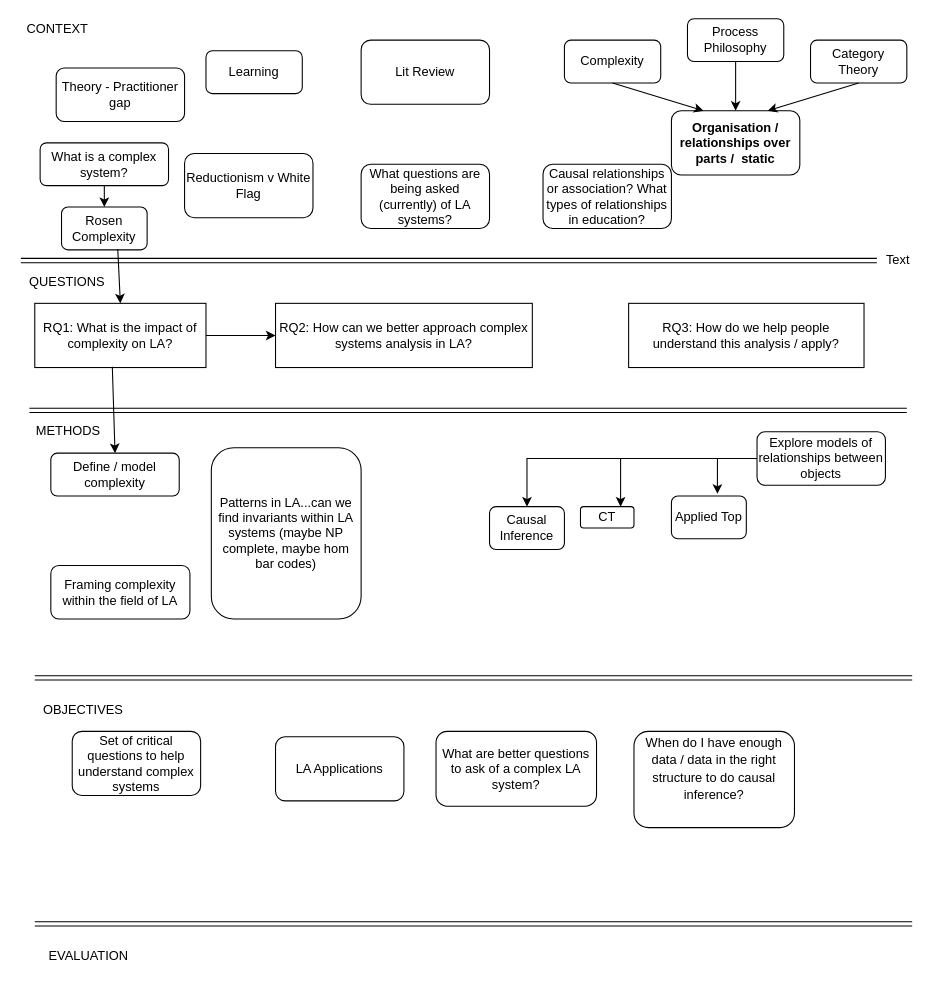
benwhicks/phd keeps this draw.io diagram as thesis diagram.drawio. Above is the earlier version. Source tidied: cells renumbered, new cells numbered last; positions are measured from the earlier drawing's top-left corner, leaving out a move shared by most shapes. Both pictures are drawn from the tidied source at 107%, with x=0, y=0 at pixel (18, 18).
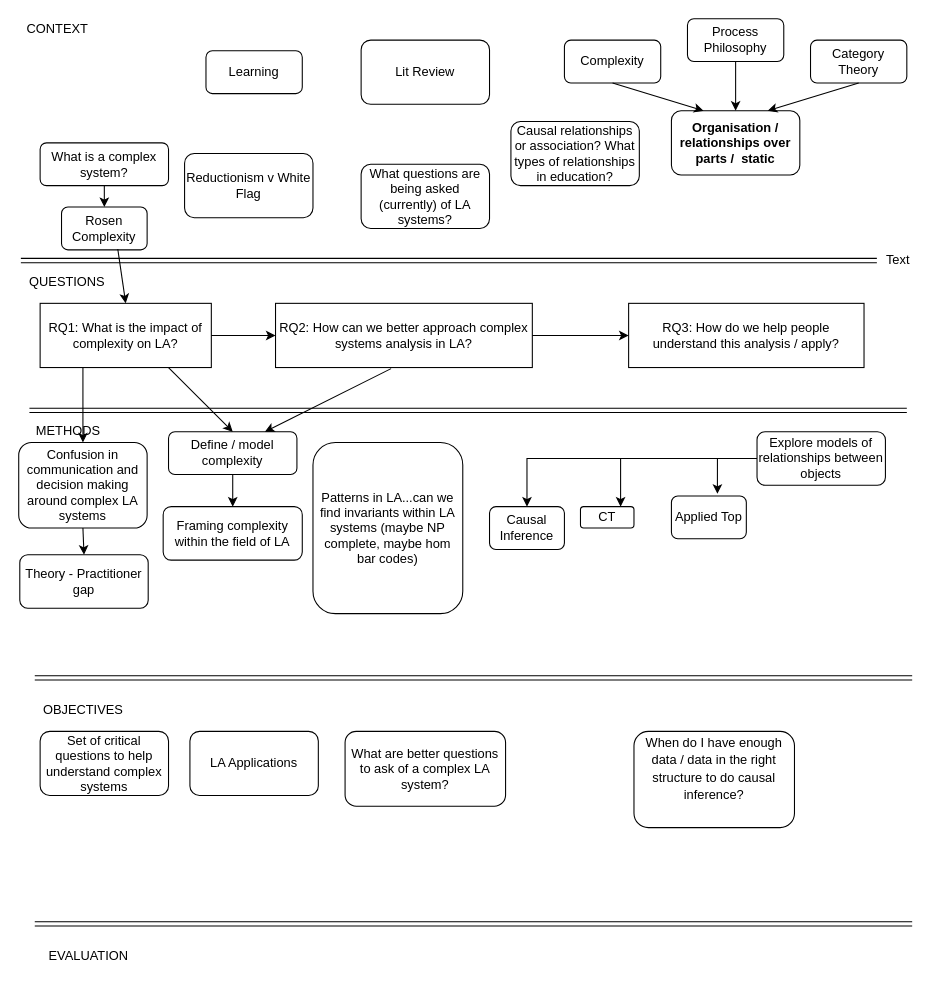
The same diagram, later.

The change refers to these unchanged cells:
```xml
<mxCell id="3" value="RQ2: How can we better approach complex systems analysis in LA?" style="rounded=0;whiteSpace=wrap;html=1;" parent="1" vertex="1">
  <mxGeometry x="240" y="266" width="240" height="60" as="geometry" />
</mxCell>
<mxCell id="35" value="RQ3: How do we help people understand this analysis / apply?" style="rounded=0;whiteSpace=wrap;html=1;" parent="1" vertex="1">
  <mxGeometry x="570" y="266" width="220" height="60" as="geometry" />
</mxCell>
```

Change to the diagram source:
```diff
@@
     <mxCell id="2" value="&lt;span&gt;RQ1: What is the impact of complexity on LA?&lt;/span&gt;" style="rounded=0;whiteSpace=wrap;html=1;" parent="1" vertex="1">
-      <mxGeometry x="15" y="266" width="160" height="60" as="geometry" />
+      <mxGeometry x="20" y="266" width="160" height="60" as="geometry" />
     </mxCell>
@@
     <mxCell id="13" value="Framing complexity within the field of LA" style="rounded=1;whiteSpace=wrap;html=1;" parent="1" vertex="1">
-      <mxGeometry x="30" y="511" width="130" height="50" as="geometry" />
+      <mxGeometry x="135" y="456" width="130" height="50" as="geometry" />
     </mxCell>
@@
     <mxCell id="18" value="Theory - Practitioner gap" style="rounded=1;whiteSpace=wrap;html=1;" parent="1" vertex="1">
-      <mxGeometry x="35" y="46" width="120" height="50" as="geometry" />
+      <mxGeometry x="1" y="501" width="120" height="50" as="geometry" />
     </mxCell>
@@
     <mxCell id="20" value="LA Applications" style="rounded=1;whiteSpace=wrap;html=1;" parent="1" vertex="1">
-      <mxGeometry x="240" y="671" width="120" height="60" as="geometry" />
+      <mxGeometry x="160" y="666" width="120" height="60" as="geometry" />
     </mxCell>
@@
     <mxCell id="26" value="What are better questions to ask of a complex LA system?" style="rounded=1;whiteSpace=wrap;html=1;" parent="1" vertex="1">
-      <mxGeometry x="390" y="666" width="150" height="70" as="geometry" />
+      <mxGeometry x="305" y="666" width="150" height="70" as="geometry" />
     </mxCell>
@@
     <mxCell id="30" value="Define / model complexity" style="rounded=1;whiteSpace=wrap;html=1;" parent="1" vertex="1">
-      <mxGeometry x="30" y="406" width="120" height="40" as="geometry" />
+      <mxGeometry x="140" y="386" width="120" height="40" as="geometry" />
     </mxCell>
-    <mxCell id="31" style="endArrow=classic;html=1;exitX=0.453;exitY=0.986;exitDx=0;exitDy=0;exitPerimeter=0;entryX=0.5;entryY=0;entryDx=0;entryDy=0;" parent="1" edge="1" source="2" target="30">
+    <mxCell id="31" style="endArrow=classic;html=1;exitX=0.75;exitY=1;exitDx=0;exitDy=0;entryX=0.5;entryY=0;entryDx=0;entryDy=0;" parent="1" edge="1" source="2" target="30">
       <mxGeometry relative="1" as="geometry" />
     </mxCell>
@@
     <mxCell id="36" value="Set of critical questions to help understand complex systems" style="rounded=1;whiteSpace=wrap;html=1;" parent="1" vertex="1">
-      <mxGeometry x="50" y="666" width="120" height="60" as="geometry" />
+      <mxGeometry x="20" y="666" width="120" height="60" as="geometry" />
     </mxCell>
     <mxCell id="37" value="Causal relationships or association? What types of relationships in education?" style="rounded=1;whiteSpace=wrap;html=1;" parent="1" vertex="1">
-      <mxGeometry x="490" y="136" width="120" height="60" as="geometry" />
+      <mxGeometry x="460" y="96" width="120" height="60" as="geometry" />
     </mxCell>
     <mxCell id="38" value="Patterns in LA...can we find invariants within LA systems (maybe NP complete, maybe hom bar codes)" style="rounded=1;whiteSpace=wrap;html=1;" parent="1" vertex="1">
-      <mxGeometry x="180" y="401" width="140" height="160" as="geometry" />
+      <mxGeometry x="275" y="396" width="140" height="160" as="geometry" />
     </mxCell>
@@
+    <mxCell id="48" style="endArrow=classic;html=1;entryX=0;entryY=0.5;entryDx=0;entryDy=0;exitX=1;exitY=0.5;exitDx=0;exitDy=0;" parent="1" edge="1" source="3" target="35">
+      <mxGeometry relative="1" as="geometry" />
+    </mxCell>
+    <mxCell id="49" style="endArrow=classic;html=1;exitX=0.45;exitY=1.017;exitDx=0;exitDy=0;exitPerimeter=0;entryX=0.75;entryY=0;entryDx=0;entryDy=0;" parent="1" edge="1" source="3" target="30">
+      <mxGeometry relative="1" as="geometry" />
+    </mxCell>
+    <mxCell id="50" style="endArrow=classic;html=1;exitX=0.25;exitY=1;exitDx=0;exitDy=0;entryX=0.5;entryY=0;entryDx=0;entryDy=0;" parent="1" edge="1" source="2" target="52">
+      <mxGeometry relative="1" as="geometry" />
+    </mxCell>
+    <mxCell id="51" style="endArrow=classic;html=1;exitX=0.5;exitY=1;exitDx=0;exitDy=0;entryX=0.5;entryY=0;entryDx=0;entryDy=0;" parent="1" edge="1" source="30" target="13">
+      <mxGeometry relative="1" as="geometry" />
+    </mxCell>
+    <mxCell id="52" value="Confusion in communication and decision making around complex LA systems" style="rounded=1;whiteSpace=wrap;html=1;" parent="1" vertex="1">
+      <mxGeometry y="396" width="120" height="80" as="geometry" />
+    </mxCell>
+    <mxCell id="53" style="endArrow=classic;html=1;exitX=0.5;exitY=1;exitDx=0;exitDy=0;entryX=0.5;entryY=0;entryDx=0;entryDy=0;" parent="1" edge="1" source="52" target="18">
+      <mxGeometry relative="1" as="geometry" />
+    </mxCell>
```
